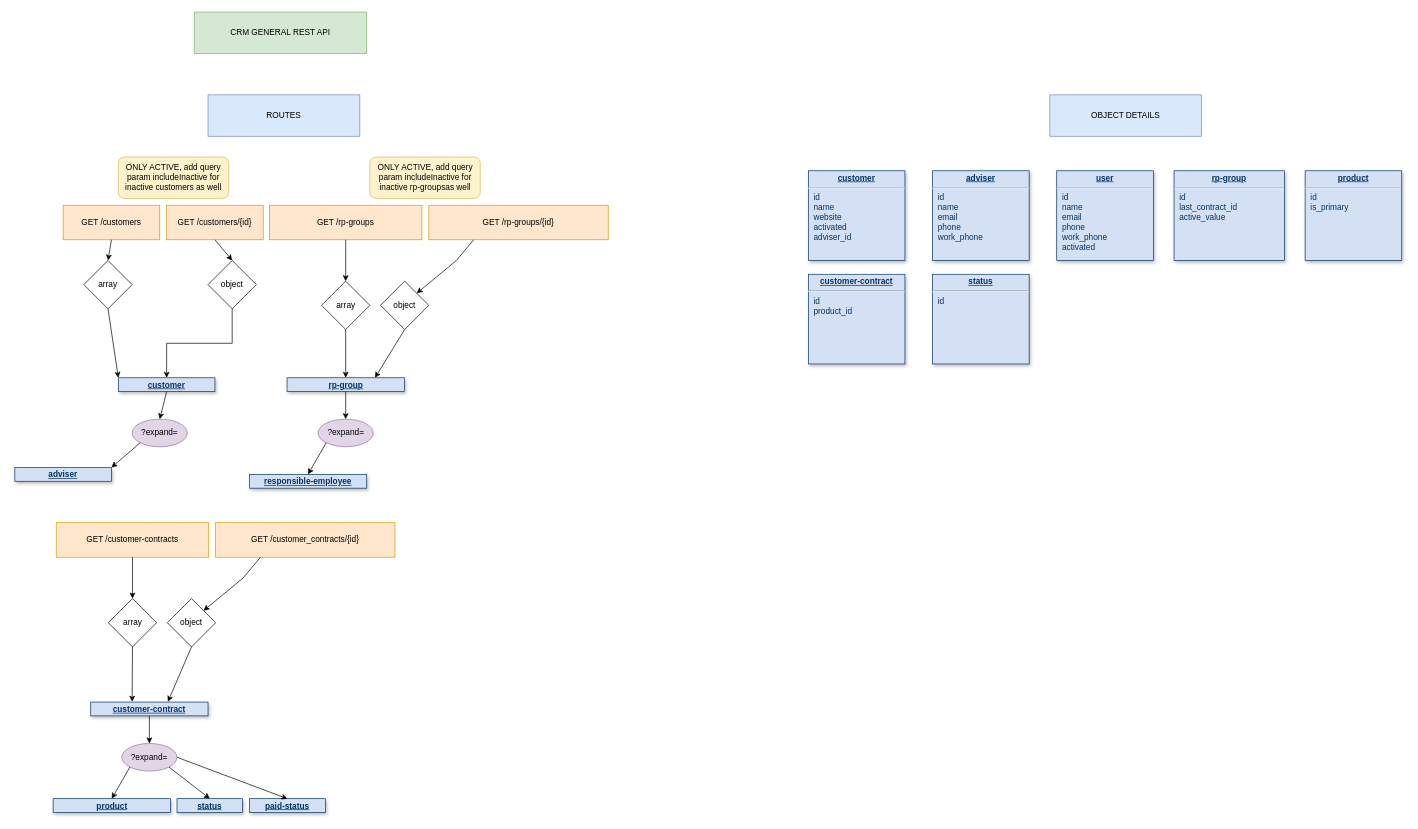
sanderha/diagrams-repo keeps this draw.io diagram as crm-rest.drawio. Above is the earlier version. Source tidied: cells renumbered, new cells numbered last; positions are measured from the earlier drawing's top-left corner, leaving out a move shared by most shapes. Both pictures are drawn from the tidied source at 69%, with x=0, y=0 at pixel (14, 12).
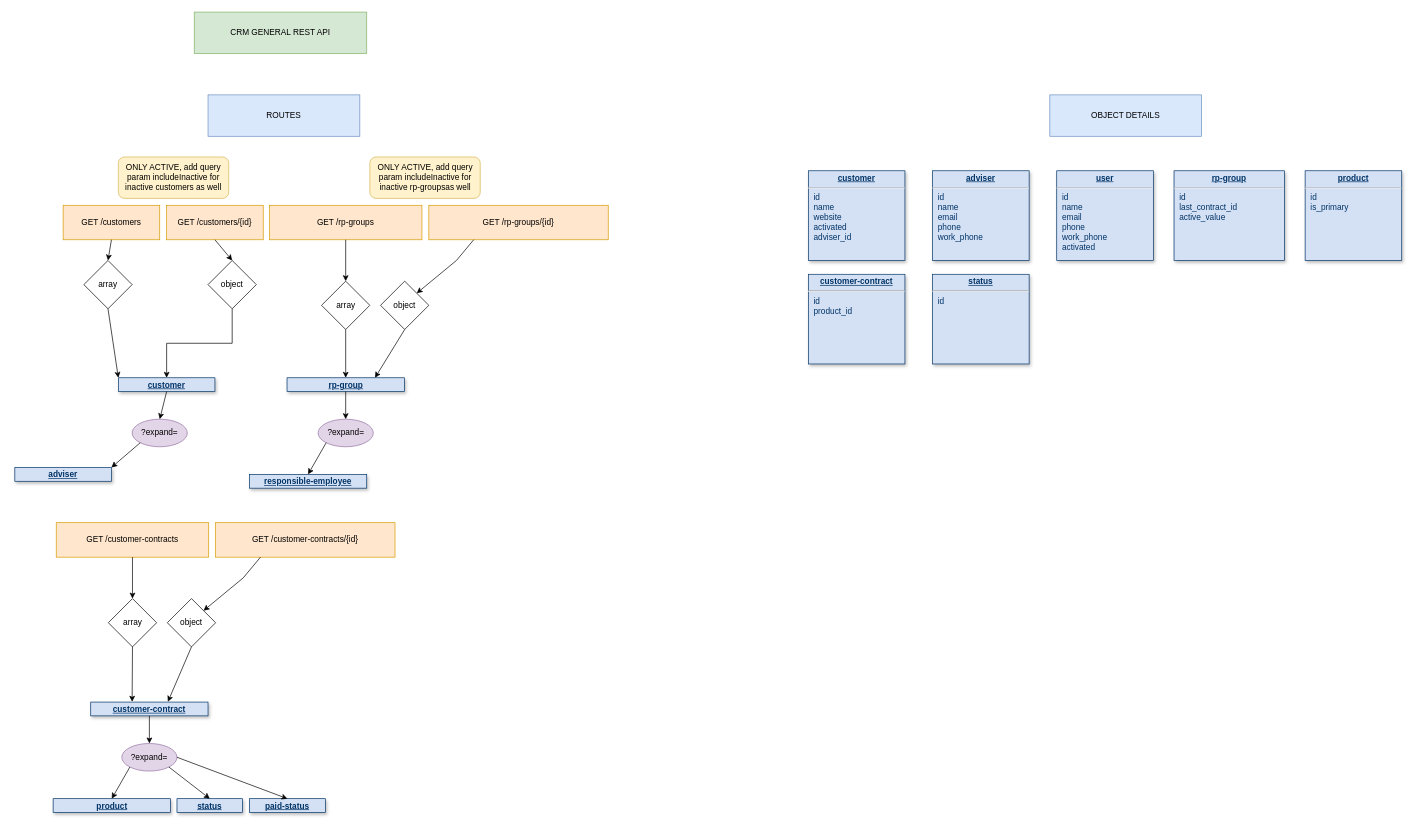
The same diagram, later.

What changed in the source:
```diff
@@
-    <mxCell id="44" value="GET /customer_contracts/{id}" style="rounded=0;whiteSpace=wrap;html=1;fillColor=#ffe6cc;strokeColor=#d79b00;" parent="1" vertex="1">
+    <mxCell id="44" value="GET /customer-contracts/{id}" style="rounded=0;whiteSpace=wrap;html=1;fillColor=#ffe6cc;strokeColor=#d79b00;" parent="1" vertex="1">
       <mxGeometry x="291" y="740" width="260" height="50" as="geometry" />
     </mxCell>
```
